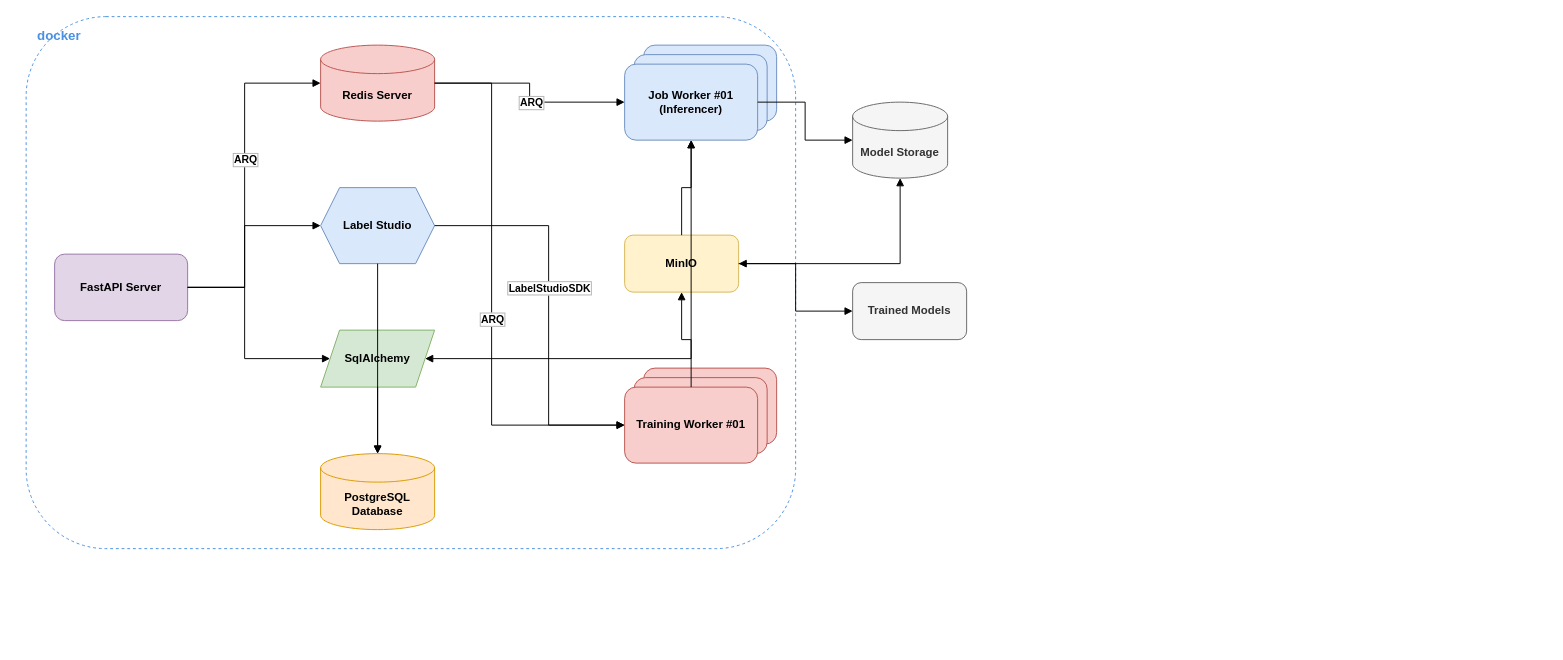
Above: overview/overview.drawio in chokunkie02/ai-ecosystem-workspace (draw.io), before the change. Source tidied: cells renumbered, new cells numbered last; positions are measured from the earlier drawing's top-left corner, leaving out a move shared by most shapes. Both pictures are drawn from the tidied source at 95%, with x=0, y=0 at pixel (26, 16).
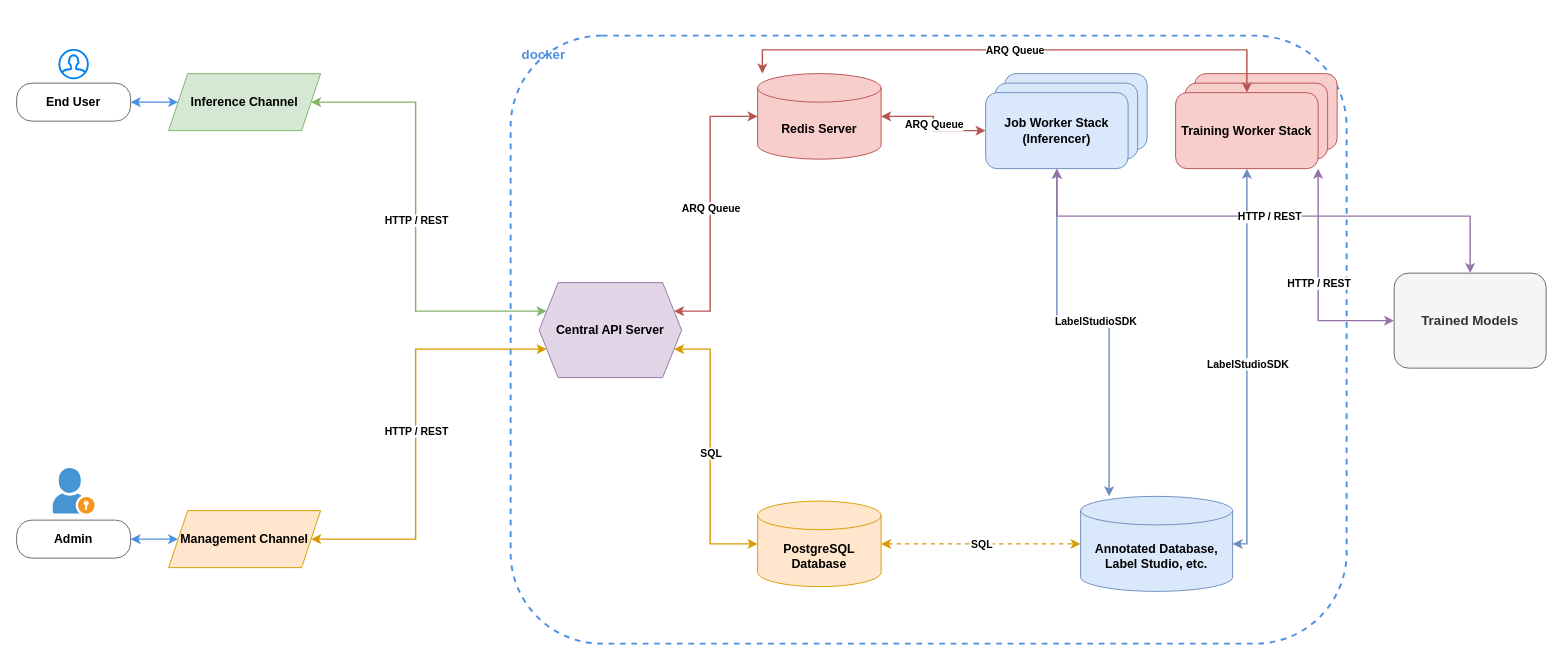
The same page after the edit.

The edit, as a diff of the source:
```diff
@@
+    <mxCell id="35" style="html=1;verticalLabelPosition=bottom;align=center;labelBackgroundColor=#ffffff;verticalAlign=top;strokeWidth=2;strokeColor=#0080F0;shadow=0;dashed=0;shape=mxgraph.ios7.icons.user;" parent="1" vertex="1">
+      <mxGeometry x="35" y="35" width="30" height="30" as="geometry" />
+    </mxCell>
+    <mxCell id="36" value="End User" style="rounded=1;whiteSpace=wrap;html=1;fillColor=#ffffff;strokeColor=#666666;arcSize=40;fontStyle=1;fontSize=13;" parent="1" vertex="1">
+      <mxGeometry x="-10" y="70" width="120" height="40" as="geometry" />
+    </mxCell>
+    <mxCell id="37" value="Inference Channel" style="shape=parallelogram;perimeter=parallelogramPerimeter;whiteSpace=wrap;html=1;fixedSize=1;fillColor=#d5e8d4;strokeColor=#82b366;fontStyle=1;fontSize=13;" parent="1" vertex="1">
+      <mxGeometry x="150" y="60" width="160" height="60" as="geometry" />
+    </mxCell>
+    <mxCell id="38" style="shadow=0;dashed=0;html=1;strokeColor=none;fillColor=#4495D1;labelPosition=center;verticalLabelPosition=bottom;verticalAlign=top;align=center;shape=mxgraph.veeam.portal_admin;" parent="1" vertex="1">
+      <mxGeometry x="28" y="475" width="44" height="48" as="geometry" />
+    </mxCell>
+    <mxCell id="39" value="Admin" style="rounded=1;whiteSpace=wrap;html=1;fillColor=#ffffff;strokeColor=#666666;arcSize=40;fontStyle=1;fontSize=13;" parent="1" vertex="1">
+      <mxGeometry x="-10" y="530" width="120" height="40" as="geometry" />
+    </mxCell>
+    <mxCell id="40" value="Management Channel" style="shape=parallelogram;perimeter=parallelogramPerimeter;whiteSpace=wrap;html=1;fixedSize=1;fillColor=#ffe6cc;strokeColor=#d79b00;fontStyle=1;fontSize=13;" parent="1" vertex="1">
+      <mxGeometry x="150" y="520" width="160" height="60" as="geometry" />
+    </mxCell>
-    <mxCell id="2" value="docker" style="rounded=1;dashed=1;fillColor=none;strokeColor=#4A90E2;fontColor=#4A90E2;fontStyle=1;verticalAlign=top;align=left;spacingLeft=10;spacingTop=5;fontSize=14;" parent="1" vertex="1">
-      <mxGeometry width="810" height="560" as="geometry" />
+    <mxCell id="2" value="docker" style="rounded=1;dashed=1;fillColor=none;strokeColor=#4A90E2;fontColor=#4A90E2;fontStyle=1;verticalAlign=top;align=left;spacingLeft=10;spacingTop=5;fontSize=14;strokeWidth=2;" parent="1" vertex="1">
+      <mxGeometry x="510" y="20" width="880" height="640" as="geometry" />
     </mxCell>
-    <mxCell id="3" value="FastAPI Server" style="rounded=1;whiteSpace=wrap;html=1;fillColor=#e1d5e7;strokeColor=#9673a6;fontStyle=1;" parent="1" vertex="1">
-      <mxGeometry x="30" y="250" width="140" height="70" as="geometry" />
-    </mxCell>
+    <mxCell id="41" value="Central API Server" style="shape=hexagon;perimeter=hexagonPerimeter2;whiteSpace=wrap;html=1;fixedSize=1;fillColor=#e1d5e7;strokeColor=#9673a6;fontStyle=1;fontSize=13;" parent="1" vertex="1">
+      <mxGeometry x="540" y="280" width="150" height="100" as="geometry" />
+    </mxCell>
-    <mxCell id="4" value="Redis Server" style="shape=cylinder3;whiteSpace=wrap;html=1;boundedLbl=1;backgroundOutline=1;size=15;fillColor=#f8cecc;strokeColor=#b85450;fontStyle=1;" parent="1" vertex="1">
-      <mxGeometry x="310" y="30" width="120" height="80" as="geometry" />
+    <mxCell id="4" value="Redis Server" style="shape=cylinder3;whiteSpace=wrap;html=1;boundedLbl=1;backgroundOutline=1;size=15;fillColor=#f8cecc;strokeColor=#b85450;fontStyle=1;fontSize=13;" parent="1" vertex="1">
+      <mxGeometry x="770" y="60" width="130" height="90" as="geometry" />
     </mxCell>
+    <mxCell id="7" value="PostgreSQL Database" style="shape=cylinder3;whiteSpace=wrap;html=1;boundedLbl=1;backgroundOutline=1;size=15;fillColor=#ffe6cc;strokeColor=#d79b00;fontStyle=1;fontSize=13;" parent="1" vertex="1">
+      <mxGeometry x="770" y="510" width="130" height="90" as="geometry" />
+    </mxCell>
-    <mxCell id="5" value="Label Studio" style="shape=hexagon;perimeter=hexagonPerimeter2;whiteSpace=wrap;html=1;fixedSize=1;fillColor=#dae8fc;strokeColor=#6c8ebf;fontStyle=1;" parent="1" vertex="1">
-      <mxGeometry x="310" y="180" width="120" height="80" as="geometry" />
+    <mxCell id="5" value="Annotated Database,&#10;Label Studio, etc." style="shape=cylinder3;whiteSpace=wrap;html=1;boundedLbl=1;backgroundOutline=1;size=15;fillColor=#dae8fc;strokeColor=#6c8ebf;fontStyle=1;fontSize=13;" parent="1" vertex="1">
+      <mxGeometry x="1110" y="505" width="160" height="100" as="geometry" />
     </mxCell>
-    <mxCell id="6" value="SqlAlchemy" style="shape=parallelogram;perimeter=parallelogramPerimeter;whiteSpace=wrap;html=1;fixedSize=1;fillColor=#d5e8d4;strokeColor=#82b366;fontStyle=1;" parent="1" vertex="1">
-      <mxGeometry x="310" y="330" width="120" height="60" as="geometry" />
-    </mxCell>
-    <mxCell id="7" value="PostgreSQL Database" style="shape=cylinder3;whiteSpace=wrap;html=1;boundedLbl=1;backgroundOutline=1;size=15;fillColor=#ffe6cc;strokeColor=#d79b00;fontStyle=1;" parent="1" vertex="1">
-      <mxGeometry x="310" y="460" width="120" height="80" as="geometry" />
-    </mxCell>
     <mxCell id="8" style="rounded=1;whiteSpace=wrap;html=1;fillColor=#dae8fc;strokeColor=#6c8ebf;" parent="1" vertex="1">
-      <mxGeometry x="650" y="30" width="140" height="80" as="geometry" />
+      <mxGeometry x="1030" y="60" width="150" height="80" as="geometry" />
     </mxCell>
     <mxCell id="9" style="rounded=1;whiteSpace=wrap;html=1;fillColor=#dae8fc;strokeColor=#6c8ebf;" parent="1" vertex="1">
-      <mxGeometry x="640" y="40" width="140" height="80" as="geometry" />
+      <mxGeometry x="1020" y="70" width="150" height="80" as="geometry" />
     </mxCell>
-    <mxCell id="10" value="Job Worker #01&#10;(Inferencer)" style="rounded=1;whiteSpace=wrap;html=1;fillColor=#dae8fc;strokeColor=#6c8ebf;fontStyle=1;" parent="1" vertex="1">
-      <mxGeometry x="630" y="50" width="140" height="80" as="geometry" />
+    <mxCell id="10" value="Job Worker Stack&#10;(Inferencer)" style="rounded=1;whiteSpace=wrap;html=1;fillColor=#dae8fc;strokeColor=#6c8ebf;fontStyle=1;fontSize=13;" parent="1" vertex="1">
+      <mxGeometry x="1010" y="80" width="150" height="80" as="geometry" />
     </mxCell>
-    <mxCell id="11" value="MinIO" style="rounded=1;whiteSpace=wrap;html=1;fillColor=#fff2cc;strokeColor=#d6b656;fontStyle=1;" parent="1" vertex="1">
-      <mxGeometry x="630" y="230" width="120" height="60" as="geometry" />
-    </mxCell>
     <mxCell id="12" style="rounded=1;whiteSpace=wrap;html=1;fillColor=#f8cecc;strokeColor=#b85450;" parent="1" vertex="1">
-      <mxGeometry x="650" y="370" width="140" height="80" as="geometry" />
+      <mxGeometry x="1230" y="60" width="150" height="80" as="geometry" />
     </mxCell>
     <mxCell id="13" style="rounded=1;whiteSpace=wrap;html=1;fillColor=#f8cecc;strokeColor=#b85450;" parent="1" vertex="1">
-      <mxGeometry x="640" y="380" width="140" height="80" as="geometry" />
+      <mxGeometry x="1220" y="70" width="150" height="80" as="geometry" />
     </mxCell>
-    <mxCell id="14" value="Training Worker #01" style="rounded=1;whiteSpace=wrap;html=1;fillColor=#f8cecc;strokeColor=#b85450;fontStyle=1;" parent="1" vertex="1">
-      <mxGeometry x="630" y="390" width="140" height="80" as="geometry" />
+    <mxCell id="14" value="Training Worker Stack" style="rounded=1;whiteSpace=wrap;html=1;fillColor=#f8cecc;strokeColor=#b85450;fontStyle=1;fontSize=13;" parent="1" vertex="1">
+      <mxGeometry x="1210" y="80" width="150" height="80" as="geometry" />
     </mxCell>
-    <mxCell id="15" value="Model Storage" style="shape=cylinder3;whiteSpace=wrap;html=1;boundedLbl=1;backgroundOutline=1;size=15;fillColor=#f5f5f5;strokeColor=#666666;fontColor=#333333;fontStyle=1;" parent="1" vertex="1">
-      <mxGeometry x="870" y="90" width="100" height="80" as="geometry" />
-    </mxCell>
-    <mxCell id="16" value="Trained Models" style="rounded=1;whiteSpace=wrap;html=1;fillColor=#f5f5f5;strokeColor=#666666;fontColor=#333333;fontStyle=1;" parent="1" vertex="1">
-      <mxGeometry x="870" y="280" width="120" height="60" as="geometry" />
+    <mxCell id="16" value="Trained Models" style="rounded=1;whiteSpace=wrap;html=1;fillColor=#f5f5f5;strokeColor=#666666;fontColor=#333333;fontStyle=1;fontSize=14;align=center;verticalAlign=middle;" parent="1" vertex="1">
+      <mxGeometry x="1440" y="270" width="160" height="100" as="geometry" />
     </mxCell>
-    <mxCell id="17" style="edgeStyle=orthogonalEdgeStyle;rounded=0;html=1;endArrow=block;startArrow=none;" parent="1" edge="1" source="3" target="4">
-      <mxGeometry relative="1" as="geometry">
-        <Array as="points">
-          <mxPoint x="230" y="285" />
-          <mxPoint x="230" y="70" />
-        </Array>
-      </mxGeometry>
-    </mxCell>
-    <mxCell id="18" value="ARQ" style="edgeLabel;html=1;align=center;verticalAlign=middle;labelBackgroundColor=#ffffff;labelBorderColor=#B3B3B3;fontStyle=1;" parent="17" vertex="1">
-      <mxGeometry x="0.1" relative="1" as="geometry" />
-    </mxCell>
-    <mxCell id="19" style="edgeStyle=orthogonalEdgeStyle;rounded=0;html=1;endArrow=block;startArrow=none;" parent="1" edge="1" source="3" target="6">
-      <mxGeometry relative="1" as="geometry">
-        <Array as="points">
-          <mxPoint x="230" y="285" />
-          <mxPoint x="230" y="360" />
-        </Array>
-      </mxGeometry>
-    </mxCell>
-    <mxCell id="20" style="edgeStyle=orthogonalEdgeStyle;rounded=0;html=1;endArrow=block;startArrow=none;" parent="1" edge="1" source="3" target="5">
-      <mxGeometry relative="1" as="geometry">
-        <Array as="points">
-          <mxPoint x="230" y="285" />
-          <mxPoint x="230" y="220" />
-        </Array>
-      </mxGeometry>
-    </mxCell>
+    <mxCell id="42" style="edgeStyle=orthogonalEdgeStyle;rounded=0;html=1;endArrow=classic;startArrow=classic;strokeWidth=1.5;strokeColor=#4A90E2;" parent="1" edge="1" source="36" target="37">
+      <mxGeometry relative="1" as="geometry" />
+    </mxCell>
+    <mxCell id="43" style="edgeStyle=orthogonalEdgeStyle;rounded=0;html=1;endArrow=classic;startArrow=classic;strokeWidth=1.5;strokeColor=#82b366;" parent="1" edge="1" source="37" target="41">
+      <mxGeometry relative="1" as="geometry">
+        <Array as="points">
+          <mxPoint x="410" y="90" />
+          <mxPoint x="410" y="310" />
+        </Array>
+      </mxGeometry>
+    </mxCell>
+    <mxCell id="44" value="HTTP / REST" style="edgeLabel;html=1;align=center;verticalAlign=middle;labelBackgroundColor=#ffffff;labelBorderColor=none;fontStyle=1;fontSize=11;" parent="43" vertex="1">
+      <mxGeometry relative="1" as="geometry" />
+    </mxCell>
+    <mxCell id="45" style="edgeStyle=orthogonalEdgeStyle;rounded=0;html=1;endArrow=classic;startArrow=classic;strokeWidth=1.5;strokeColor=#4A90E2;" parent="1" edge="1" source="39" target="40">
+      <mxGeometry relative="1" as="geometry" />
+    </mxCell>
+    <mxCell id="46" style="edgeStyle=orthogonalEdgeStyle;rounded=0;html=1;endArrow=classic;startArrow=classic;strokeWidth=1.5;strokeColor=#d79b00;" parent="1" edge="1" source="40" target="41">
+      <mxGeometry relative="1" as="geometry">
+        <Array as="points">
+          <mxPoint x="410" y="550" />
+          <mxPoint x="410" y="350" />
+        </Array>
+      </mxGeometry>
+    </mxCell>
+    <mxCell id="47" value="HTTP / REST" style="edgeLabel;html=1;align=center;verticalAlign=middle;labelBackgroundColor=#ffffff;labelBorderColor=none;fontStyle=1;fontSize=11;" parent="46" vertex="1">
+      <mxGeometry relative="1" as="geometry" />
+    </mxCell>
+    <mxCell id="48" style="edgeStyle=orthogonalEdgeStyle;rounded=0;html=1;endArrow=classic;startArrow=classic;strokeWidth=1.5;strokeColor=#b85450;" parent="1" edge="1" source="41" target="4">
+      <mxGeometry relative="1" as="geometry">
+        <Array as="points">
+          <mxPoint x="720" y="310" />
+          <mxPoint x="720" y="105" />
+        </Array>
+      </mxGeometry>
+    </mxCell>
+    <mxCell id="49" value="ARQ Queue" style="edgeLabel;html=1;align=center;verticalAlign=middle;labelBackgroundColor=#ffffff;labelBorderColor=none;fontStyle=1;fontSize=11;" parent="48" vertex="1">
+      <mxGeometry relative="1" as="geometry" />
+    </mxCell>
+    <mxCell id="50" style="edgeStyle=orthogonalEdgeStyle;rounded=0;html=1;endArrow=classic;startArrow=classic;strokeWidth=1.5;strokeColor=#d79b00;" parent="1" edge="1" source="41" target="7">
+      <mxGeometry relative="1" as="geometry">
+        <Array as="points">
+          <mxPoint x="720" y="350" />
+          <mxPoint x="720" y="555" />
+        </Array>
+      </mxGeometry>
+    </mxCell>
+    <mxCell id="51" value="SQL" style="edgeLabel;html=1;align=center;verticalAlign=middle;labelBackgroundColor=#ffffff;labelBorderColor=none;fontStyle=1;fontSize=11;" parent="50" vertex="1">
+      <mxGeometry relative="1" as="geometry" />
+    </mxCell>
-    <mxCell id="21" style="edgeStyle=orthogonalEdgeStyle;rounded=0;html=1;endArrow=block;startArrow=none;" parent="1" edge="1" source="4" target="10">
-      <mxGeometry relative="1" as="geometry">
-        <Array as="points">
-          <mxPoint x="530" y="70" />
-          <mxPoint x="530" y="90" />
-        </Array>
-      </mxGeometry>
+    <mxCell id="21" style="edgeStyle=orthogonalEdgeStyle;rounded=0;html=1;endArrow=classic;startArrow=classic;strokeWidth=1.5;strokeColor=#b85450;" parent="1" edge="1" source="4" target="10">
+      <mxGeometry relative="1" as="geometry" />
     </mxCell>
-    <mxCell id="22" value="ARQ" style="edgeLabel;html=1;align=center;verticalAlign=middle;labelBackgroundColor=#ffffff;labelBorderColor=#B3B3B3;fontStyle=1;" parent="21" vertex="1">
-      <mxGeometry x="0.1" relative="1" as="geometry" />
-    </mxCell>
+    <mxCell id="52" value="ARQ Queue" style="edgeLabel;html=1;align=center;verticalAlign=middle;labelBackgroundColor=#ffffff;labelBorderColor=none;fontStyle=1;fontSize=11;" parent="21" vertex="1">
+      <mxGeometry relative="1" as="geometry" />
+    </mxCell>
-    <mxCell id="23" style="edgeStyle=orthogonalEdgeStyle;rounded=0;html=1;endArrow=block;startArrow=none;" parent="1" edge="1" source="4" target="14">
+    <mxCell id="23" style="edgeStyle=orthogonalEdgeStyle;rounded=0;html=1;endArrow=classic;startArrow=classic;strokeWidth=1.5;strokeColor=#b85450;" parent="1" edge="1" source="4" target="14">
       <mxGeometry relative="1" as="geometry">
         <Array as="points">
-          <mxPoint x="490" y="70" />
-          <mxPoint x="490" y="430" />
+          <mxPoint x="775" y="35" />
+          <mxPoint x="1285" y="35" />
         </Array>
       </mxGeometry>
     </mxCell>
-    <mxCell id="24" value="ARQ" style="edgeLabel;html=1;align=center;verticalAlign=middle;labelBackgroundColor=#ffffff;labelBorderColor=#B3B3B3;fontStyle=1;" parent="23" vertex="1">
-      <mxGeometry x="0.1" relative="1" as="geometry" />
-    </mxCell>
-    <mxCell id="25" style="edgeStyle=orthogonalEdgeStyle;rounded=0;html=1;endArrow=block;startArrow=none;" parent="1" edge="1" source="5" target="7">
-      <mxGeometry relative="1" as="geometry" />
-    </mxCell>
+    <mxCell id="53" value="ARQ Queue" style="edgeLabel;html=1;align=center;verticalAlign=middle;labelBackgroundColor=#ffffff;labelBorderColor=none;fontStyle=1;fontSize=11;" parent="23" vertex="1">
+      <mxGeometry relative="1" as="geometry" />
+    </mxCell>
+    <mxCell id="54" style="edgeStyle=orthogonalEdgeStyle;rounded=0;html=1;endArrow=classic;startArrow=classic;dashed=1;strokeWidth=1.5;strokeColor=#d79b00;" parent="1" edge="1" source="7" target="5">
+      <mxGeometry relative="1" as="geometry" />
+    </mxCell>
+    <mxCell id="55" value="SQL" style="edgeLabel;html=1;align=center;verticalAlign=middle;labelBackgroundColor=#ffffff;labelBorderColor=none;fontStyle=1;fontSize=11;" parent="54" vertex="1">
+      <mxGeometry relative="1" as="geometry" />
+    </mxCell>
+    <mxCell id="56" style="edgeStyle=orthogonalEdgeStyle;rounded=0;html=1;endArrow=classic;startArrow=classic;strokeWidth=1.5;strokeColor=#6c8ebf;" parent="1" edge="1" source="5" target="10">
+      <mxGeometry relative="1" as="geometry">
+        <Array as="points">
+          <mxPoint x="1140" y="320" />
+          <mxPoint x="1085" y="320" />
+        </Array>
+      </mxGeometry>
+    </mxCell>
+    <mxCell id="57" value="LabelStudioSDK" style="edgeLabel;html=1;align=center;verticalAlign=middle;labelBackgroundColor=#ffffff;labelBorderColor=none;fontStyle=1;fontSize=11;" parent="56" vertex="1">
+      <mxGeometry relative="1" as="geometry" />
+    </mxCell>
-    <mxCell id="26" style="edgeStyle=orthogonalEdgeStyle;rounded=0;html=1;endArrow=block;startArrow=none;" parent="1" edge="1" source="5" target="14">
+    <mxCell id="26" style="edgeStyle=orthogonalEdgeStyle;rounded=0;html=1;endArrow=classic;startArrow=classic;strokeWidth=1.5;strokeColor=#6c8ebf;" parent="1" edge="1" source="5" target="14">
       <mxGeometry relative="1" as="geometry">
         <Array as="points">
-          <mxPoint x="550" y="220" />
-          <mxPoint x="550" y="430" />
+          <mxPoint x="1220" y="555" />
+          <mxPoint x="1285" y="555" />
         </Array>
       </mxGeometry>
     </mxCell>
-    <mxCell id="27" value="LabelStudioSDK" style="edgeLabel;html=1;align=center;verticalAlign=middle;labelBackgroundColor=#ffffff;labelBorderColor=#B3B3B3;fontStyle=1;" parent="26" vertex="1">
-      <mxGeometry x="-0.1" relative="1" as="geometry" />
-    </mxCell>
-    <mxCell id="28" style="edgeStyle=orthogonalEdgeStyle;rounded=0;html=1;endArrow=block;startArrow=none;" parent="1" edge="1" source="6" target="7">
-      <mxGeometry relative="1" as="geometry" />
-    </mxCell>
-    <mxCell id="29" style="edgeStyle=orthogonalEdgeStyle;rounded=0;html=1;endArrow=block;startArrow=block;" parent="1" edge="1" source="6" target="10">
-      <mxGeometry relative="1" as="geometry" />
-    </mxCell>
-    <mxCell id="30" style="edgeStyle=orthogonalEdgeStyle;rounded=0;html=1;endArrow=block;startArrow=none;" parent="1" edge="1" source="14" target="11">
-      <mxGeometry relative="1" as="geometry" />
-    </mxCell>
-    <mxCell id="31" style="edgeStyle=orthogonalEdgeStyle;rounded=0;html=1;endArrow=block;startArrow=none;" parent="1" edge="1" source="11" target="10">
-      <mxGeometry relative="1" as="geometry" />
-    </mxCell>
-    <mxCell id="32" style="edgeStyle=orthogonalEdgeStyle;rounded=0;html=1;endArrow=block;startArrow=none;" parent="1" edge="1" source="10" target="15">
-      <mxGeometry relative="1" as="geometry" />
-    </mxCell>
-    <mxCell id="33" style="edgeStyle=orthogonalEdgeStyle;rounded=0;html=1;endArrow=block;startArrow=block;" parent="1" edge="1" source="11" target="15">
-      <mxGeometry relative="1" as="geometry" />
-    </mxCell>
-    <mxCell id="34" style="edgeStyle=orthogonalEdgeStyle;rounded=0;html=1;endArrow=block;startArrow=none;" parent="1" edge="1" source="11" target="16">
-      <mxGeometry relative="1" as="geometry" />
-    </mxCell>
+    <mxCell id="58" value="LabelStudioSDK" style="edgeLabel;html=1;align=center;verticalAlign=middle;labelBackgroundColor=#ffffff;labelBorderColor=none;fontStyle=1;fontSize=11;" parent="26" vertex="1">
+      <mxGeometry relative="1" as="geometry" />
+    </mxCell>
+    <mxCell id="59" style="edgeStyle=orthogonalEdgeStyle;rounded=0;html=1;endArrow=classic;startArrow=classic;strokeWidth=1.5;strokeColor=#9673a6;" parent="1" edge="1" source="10" target="16">
+      <mxGeometry relative="1" as="geometry">
+        <Array as="points">
+          <mxPoint x="1085" y="210" />
+          <mxPoint x="1520" y="210" />
+        </Array>
+      </mxGeometry>
+    </mxCell>
+    <mxCell id="60" value="HTTP / REST" style="edgeLabel;html=1;align=center;verticalAlign=middle;labelBackgroundColor=#ffffff;labelBorderColor=none;fontStyle=1;fontSize=11;" parent="59" vertex="1">
+      <mxGeometry relative="1" as="geometry" />
+    </mxCell>
+    <mxCell id="61" style="edgeStyle=orthogonalEdgeStyle;rounded=0;html=1;endArrow=classic;startArrow=classic;strokeWidth=1.5;strokeColor=#9673a6;" parent="1" edge="1" source="14" target="16">
+      <mxGeometry relative="1" as="geometry">
+        <Array as="points">
+          <mxPoint x="1360" y="120" />
+          <mxPoint x="1360" y="320" />
+        </Array>
+      </mxGeometry>
+    </mxCell>
+    <mxCell id="62" value="HTTP / REST" style="edgeLabel;html=1;align=center;verticalAlign=middle;labelBackgroundColor=#ffffff;labelBorderColor=none;fontStyle=1;fontSize=11;" parent="61" vertex="1">
+      <mxGeometry relative="1" as="geometry" />
+    </mxCell>
```
